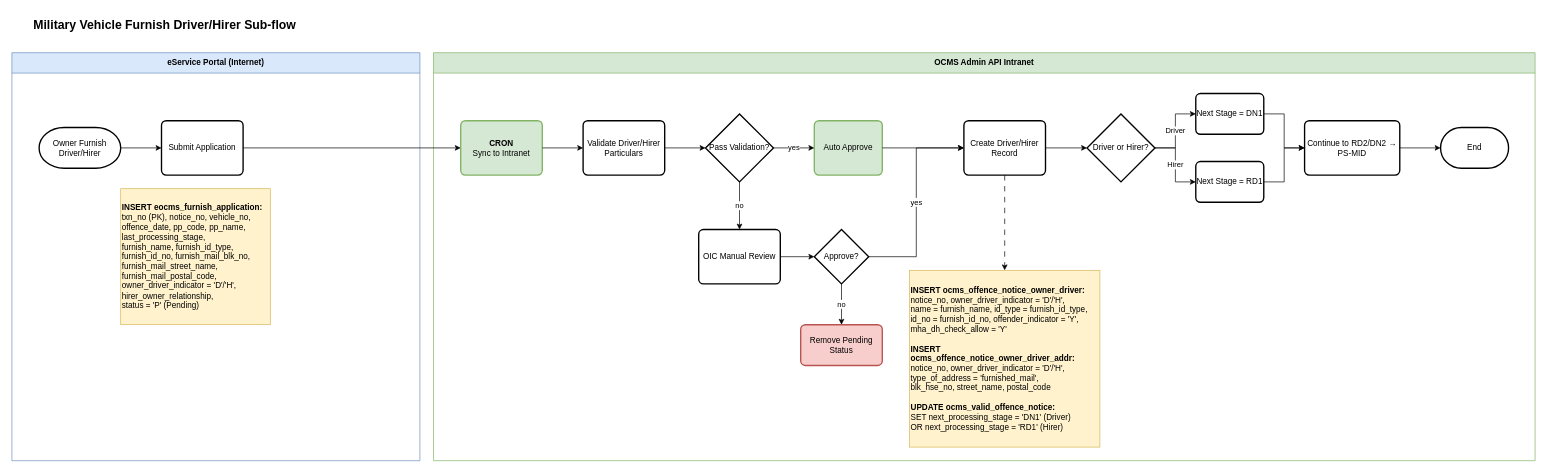
Earlier version of the draw.io diagram page "4.5 Furnish Sub-flow" (4 of 5) of OCMS 14/Section 4/OCMS14-Technical_Flowchart_Section_4.drawio (rafifmgg/techdoc). Source tidied: cells renumbered, new cells numbered last; positions are measured from the earlier drawing's top-left corner, leaving out a move shared by most shapes. Both pictures are drawn from the tidied source at 68%, with x=0, y=0 at pixel (12, 12).
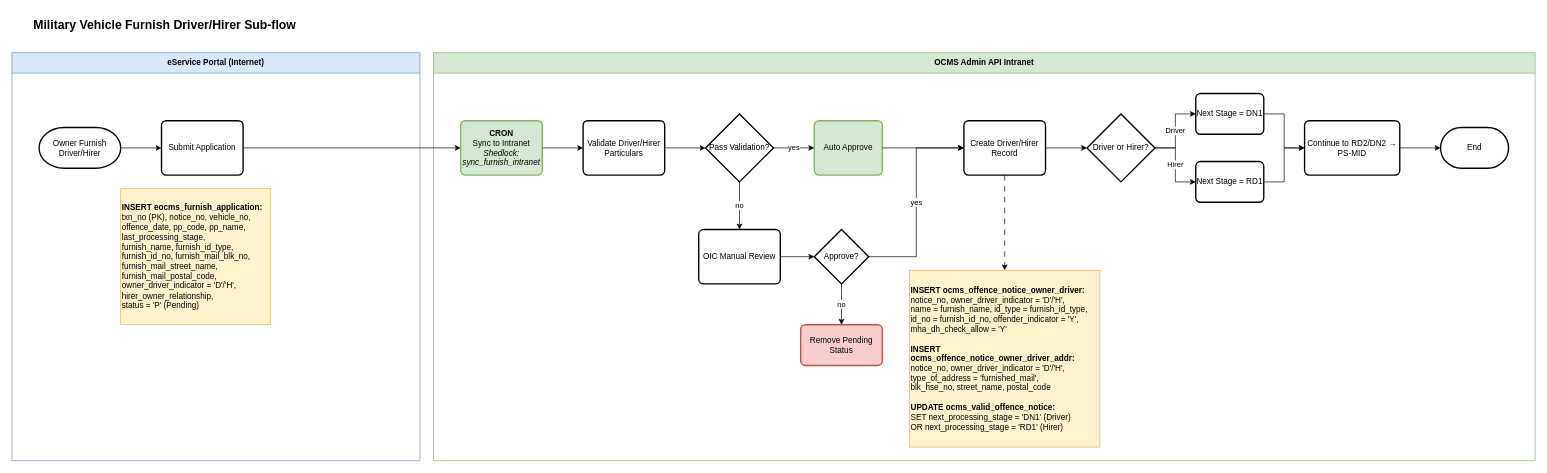
The same page after the edit.

The change refers to these unchanged cells:
```xml
<mxCell id="8" value="OCMS Admin API Intranet" style="swimlane;whiteSpace=wrap;html=1;fillColor=#d5e8d4;strokeColor=#82b366;startSize=30;" parent="1" vertex="1">
  <mxGeometry x="620" y="60" width="1620" height="600" as="geometry" />
</mxCell>
```

Diff of the diagram source:
```diff
@@
-    <mxCell id="9" value="&lt;b&gt;CRON&lt;/b&gt;&lt;br&gt;Sync to Intranet" style="rounded=1;whiteSpace=wrap;html=1;absoluteArcSize=1;arcSize=14;strokeWidth=2;fillColor=#d5e8d4;strokeColor=#82b366;" parent="8" vertex="1">
+    <mxCell id="9" value="&lt;b&gt;CRON&lt;/b&gt;&lt;br&gt;Sync to Intranet&lt;br&gt;&lt;i&gt;Shedlock: sync_furnish_intranet&lt;/i&gt;" style="rounded=1;whiteSpace=wrap;html=1;absoluteArcSize=1;arcSize=14;strokeWidth=2;fillColor=#d5e8d4;strokeColor=#82b366;" parent="8" vertex="1">
       <mxGeometry x="40" y="100" width="120" height="80" as="geometry" />
     </mxCell>
```
